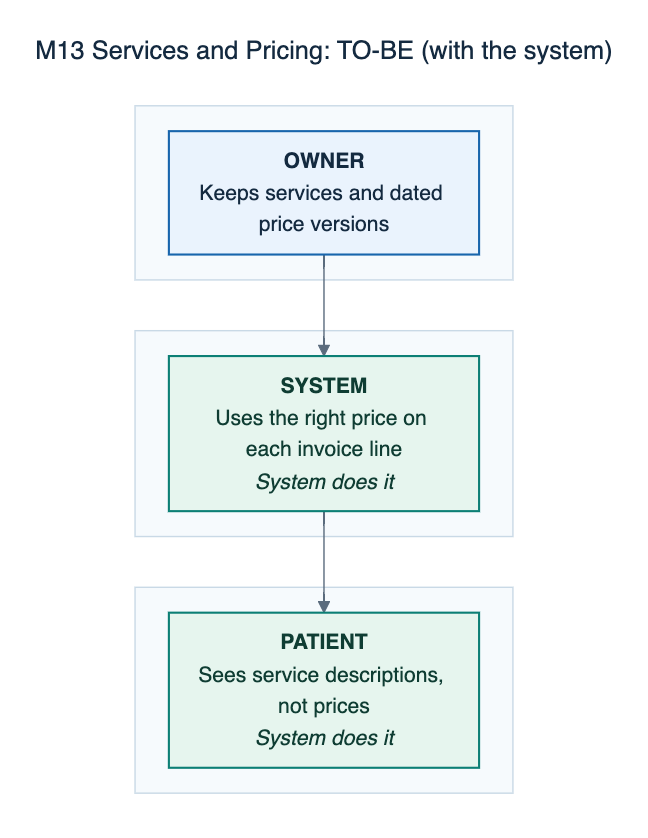
Above: docs/defense/diagrams/png/M13-services-pricing-to-be.png in 0phem/multibranch-dental-clinic (Mermaid), before the change. Its source is kept beside it as docs/defense/diagrams/M13-services-pricing-to-be.mmd.
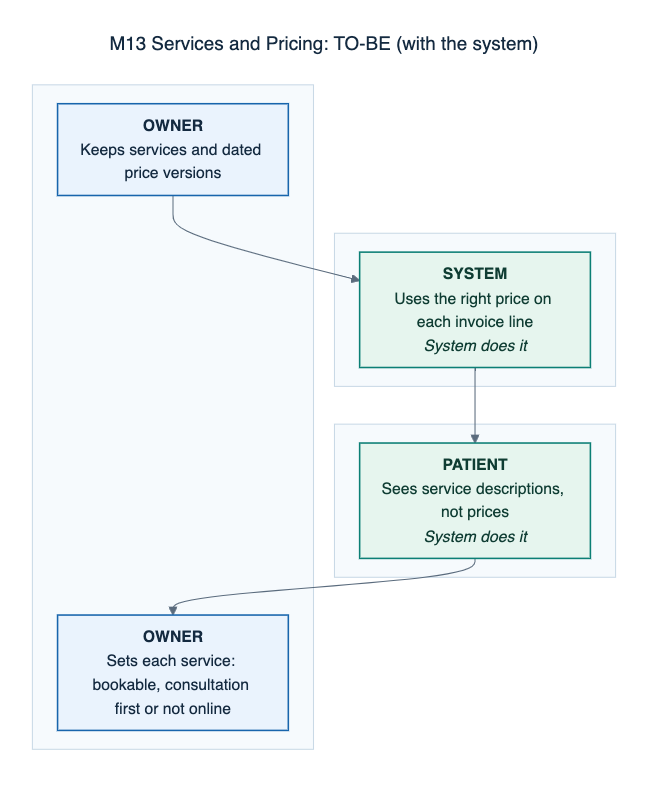
Above is the later version.

The edit, as a diff of the source:
```diff
@@ -9,6 +9,7 @@
     subgraph L3[" "]
     direction LR
       S0["<b>OWNER</b><br/>Keeps services and dated price versions"]:::manual
+      S3["<b>OWNER</b><br/>Sets each service: bookable, consultation first or not online"]:::manual
     end
     subgraph L4[" "]
     direction LR
@@ -16,6 +17,7 @@
     end
     S0 --> S1
     S1 --> S2
+    S2 --> S3
     classDef cited fill:#eaf3fd,stroke:#1865ac,color:#142a40,stroke-width:1.5px
     classDef confirm fill:#fffaf0,stroke:#b26a00,color:#5e3c00,stroke-width:1.5px,stroke-dasharray:6 4
     classDef auto fill:#e6f5ee,stroke:#0c7f75,color:#0f3d33,stroke-width:1.5px
```
